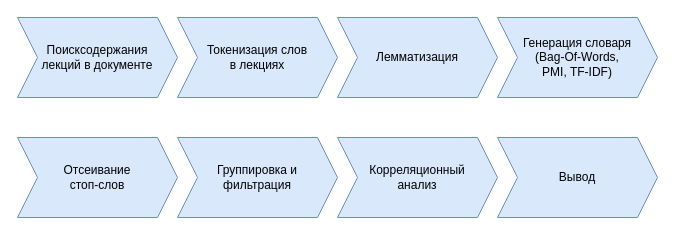
Before: РПД_Алгоритм.drawio in Amonimus/RPD_Samsonov, a draw.io diagram. Source tidied: cells renumbered, new cells numbered last; positions are measured from the earlier drawing's top-left corner, leaving out a move shared by most shapes. Both pictures are drawn from the tidied source at 100%, with x=0, y=0 at pixel (17, 17).
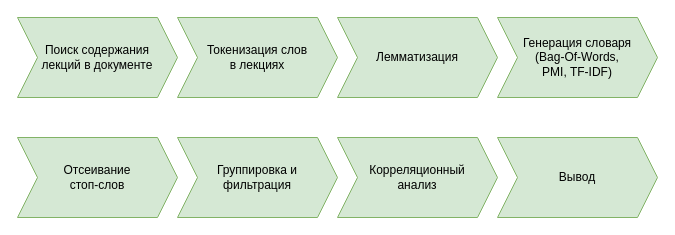
After the change.

Diff of the diagram source:
```diff
@@
 <mxGraphModel>
   <root>
     <mxCell id="0" />
     <mxCell id="1" parent="0" />
-    <mxCell id="2" value="Поисксодержания&lt;br&gt;лекций в документе" style="shape=step;perimeter=stepPerimeter;whiteSpace=wrap;html=1;fixedSize=1;fillColor=#dae8fc;strokeColor=#6c8ebf;" parent="1" vertex="1">
+    <mxCell id="2" value="Поиск содержания&lt;br&gt;лекций в документе" style="shape=step;perimeter=stepPerimeter;whiteSpace=wrap;html=1;fixedSize=1;fillColor=#d5e8d4;strokeColor=#82b366;" parent="1" vertex="1">
       <mxGeometry width="160" height="80" as="geometry" />
     </mxCell>
-    <mxCell id="3" value="Генерация словаря&lt;br&gt;(Bag-Of-Words,&lt;br&gt;PMI, TF-IDF)" style="shape=step;perimeter=stepPerimeter;whiteSpace=wrap;html=1;fixedSize=1;fillColor=#dae8fc;strokeColor=#6c8ebf;" parent="1" vertex="1">
+    <mxCell id="3" value="Генерация словаря&lt;br&gt;(Bag-Of-Words,&lt;br&gt;PMI, TF-IDF)" style="shape=step;perimeter=stepPerimeter;whiteSpace=wrap;html=1;fixedSize=1;fillColor=#d5e8d4;strokeColor=#82b366;" parent="1" vertex="1">
       <mxGeometry x="480" width="160" height="80" as="geometry" />
     </mxCell>
-    <mxCell id="4" value="Токенизация слов&lt;br&gt;в лекциях" style="shape=step;perimeter=stepPerimeter;whiteSpace=wrap;html=1;fixedSize=1;fillColor=#dae8fc;strokeColor=#6c8ebf;" parent="1" vertex="1">
+    <mxCell id="4" value="Токенизация слов&lt;br&gt;в лекциях" style="shape=step;perimeter=stepPerimeter;whiteSpace=wrap;html=1;fixedSize=1;fillColor=#d5e8d4;strokeColor=#82b366;" parent="1" vertex="1">
       <mxGeometry x="160" width="160" height="80" as="geometry" />
     </mxCell>
-    <mxCell id="5" value="Лемматизация" style="shape=step;perimeter=stepPerimeter;whiteSpace=wrap;html=1;fixedSize=1;fillColor=#dae8fc;strokeColor=#6c8ebf;" parent="1" vertex="1">
+    <mxCell id="5" value="Лемматизация" style="shape=step;perimeter=stepPerimeter;whiteSpace=wrap;html=1;fixedSize=1;fillColor=#d5e8d4;strokeColor=#82b366;" parent="1" vertex="1">
       <mxGeometry x="320" width="160" height="80" as="geometry" />
     </mxCell>
-    <mxCell id="6" value="Отсеивание&lt;br&gt;стоп-слов" style="shape=step;perimeter=stepPerimeter;whiteSpace=wrap;html=1;fixedSize=1;fillColor=#dae8fc;strokeColor=#6c8ebf;" parent="1" vertex="1">
+    <mxCell id="6" value="Отсеивание&lt;br&gt;стоп-слов" style="shape=step;perimeter=stepPerimeter;whiteSpace=wrap;html=1;fixedSize=1;fillColor=#d5e8d4;strokeColor=#82b366;" parent="1" vertex="1">
       <mxGeometry y="120" width="160" height="80" as="geometry" />
     </mxCell>
-    <mxCell id="7" value="Корреляционный&lt;br&gt;анализ" style="shape=step;perimeter=stepPerimeter;whiteSpace=wrap;html=1;fixedSize=1;fillColor=#dae8fc;strokeColor=#6c8ebf;" parent="1" vertex="1">
+    <mxCell id="7" value="Корреляционный&lt;br&gt;анализ" style="shape=step;perimeter=stepPerimeter;whiteSpace=wrap;html=1;fixedSize=1;fillColor=#d5e8d4;strokeColor=#82b366;" parent="1" vertex="1">
       <mxGeometry x="320" y="120" width="160" height="80" as="geometry" />
     </mxCell>
-    <mxCell id="8" value="Вывод" style="shape=step;perimeter=stepPerimeter;whiteSpace=wrap;html=1;fixedSize=1;fillColor=#dae8fc;strokeColor=#6c8ebf;" parent="1" vertex="1">
+    <mxCell id="8" value="Вывод" style="shape=step;perimeter=stepPerimeter;whiteSpace=wrap;html=1;fixedSize=1;fillColor=#d5e8d4;strokeColor=#82b366;" parent="1" vertex="1">
       <mxGeometry x="480" y="120" width="160" height="80" as="geometry" />
     </mxCell>
-    <mxCell id="9" value="Группировка и&lt;br&gt;фильтрация" style="shape=step;perimeter=stepPerimeter;whiteSpace=wrap;html=1;fixedSize=1;fillColor=#dae8fc;strokeColor=#6c8ebf;" parent="1" vertex="1">
+    <mxCell id="9" value="Группировка и&lt;br&gt;фильтрация" style="shape=step;perimeter=stepPerimeter;whiteSpace=wrap;html=1;fixedSize=1;fillColor=#d5e8d4;strokeColor=#82b366;" parent="1" vertex="1">
       <mxGeometry x="160" y="120" width="160" height="80" as="geometry" />
     </mxCell>
   </root>
 </mxGraphModel>
```
